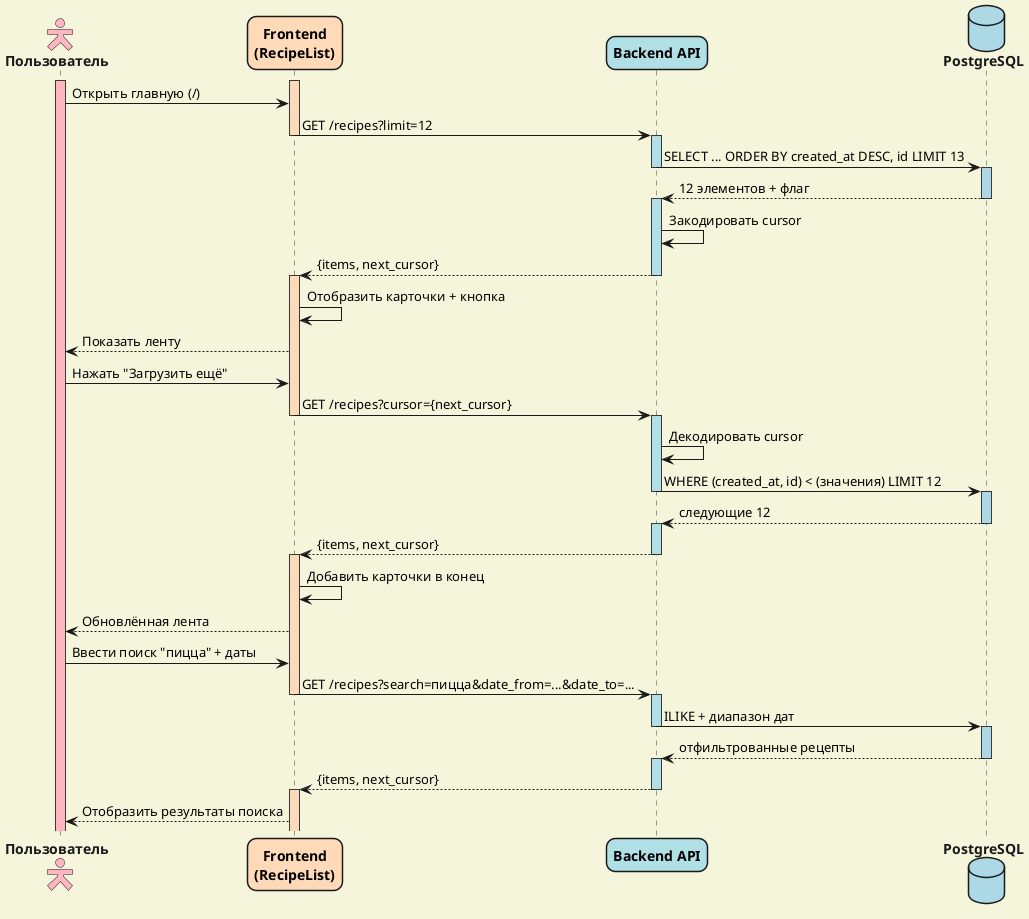
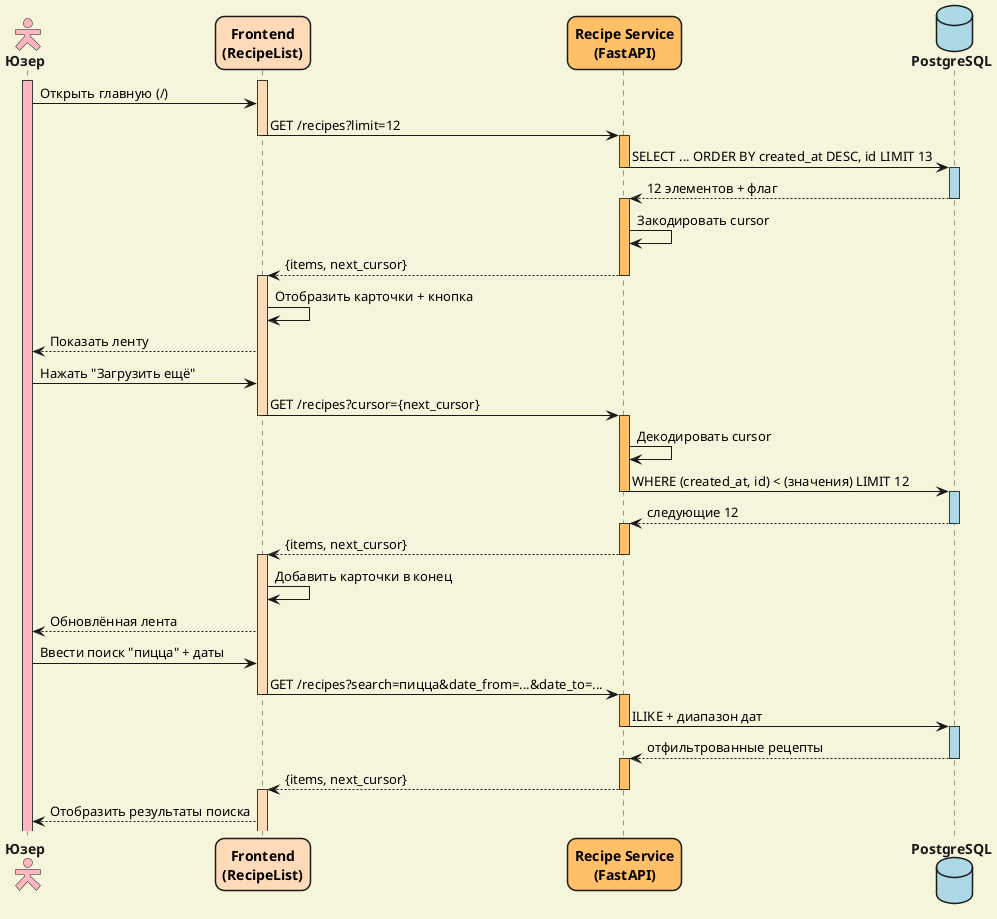
@startuml сиквенс_диаграмма_пагинация_с_курсором_и_поиском
!theme mars

- ' НАСТРОЙКИ
skinparam actor {
  FontStyle bold
}
skinparam participant {
  FontColor black
  FontStyle bold
}
skinparam database {
  FontStyle bold
  BackgroundColor #ADD8E6
}
skinparam backgroundcolor #F5F5DC
skinparam roundcorner 18
skinparam actorStyle hollow

- ' УЧАСТНИКИ
- actor "Пользователь" as User #FFB6C1
+ actor "Юзер" as User #FFB6C1
participant "Frontend\n(RecipeList)" as Frontend #FFDAB9
- participant "Backend API" as Backend #B0E0E6
+ participant "Recipe Service\n(FastAPI)" as RecipeSvc #FFC067
database "PostgreSQL" as DB #ADD8E6

- ' СЦЕНАРИЙ
User ++ #FFB6C1
Frontend ++ #FFDAB9
User -> Frontend : Открыть главную (/)
- Frontend -> Backend --++ #B0E0E6 : GET /recipes?limit=12
- Backend -> DB --++ #ADD8E6 : SELECT ... ORDER BY created_at DESC, id LIMIT 13
- DB --> Backend --++ #B0E0E6 : 12 элементов + флаг
- Backend -> Backend : Закодировать cursor
- Backend --> Frontend --++ #FFDAB9 : {items, next_cursor}
+ Frontend -> RecipeSvc --++ #FFC067 : GET /recipes?limit=12
+ RecipeSvc -> DB --++ #ADD8E6 : SELECT ... ORDER BY created_at DESC, id LIMIT 13
+ DB --> RecipeSvc --++ #FFC067 : 12 элементов + флаг
+ RecipeSvc -> RecipeSvc : Закодировать cursor
+ RecipeSvc --> Frontend --++ #FFDAB9 : {items, next_cursor}
Frontend -> Frontend : Отобразить карточки + кнопка
Frontend --> User : Показать ленту

User -> Frontend : Нажать "Загрузить ещё"
- Frontend -> Backend --++ #B0E0E6 : GET /recipes?cursor={next_cursor}
- Backend -> Backend : Декодировать cursor
- Backend -> DB --++ #ADD8E6 : WHERE (created_at, id) < (значения) LIMIT 12
- DB --> Backend --++ #B0E0E6 : следующие 12
- Backend --> Frontend --++ #FFDAB9 : {items, next_cursor}
+ Frontend -> RecipeSvc --++ #FFC067 : GET /recipes?cursor={next_cursor}
+ RecipeSvc -> RecipeSvc : Декодировать cursor
+ RecipeSvc -> DB --++ #ADD8E6 : WHERE (created_at, id) < (значения) LIMIT 12
+ DB --> RecipeSvc --++ #FFC067 : следующие 12
+ RecipeSvc --> Frontend --++ #FFDAB9 : {items, next_cursor}
Frontend -> Frontend : Добавить карточки в конец
Frontend --> User : Обновлённая лента

User -> Frontend : Ввести поиск "пицца" + даты
- Frontend -> Backend --++ #B0E0E6 : GET /recipes?search=пицца&date_from=...&date_to=...
- Backend -> DB --++ #ADD8E6 : ILIKE + диапазон дат
- DB --> Backend --++ #B0E0E6 : отфильтрованные рецепты
- Backend --> Frontend --++ #FFDAB9 : {items, next_cursor}
+ Frontend -> RecipeSvc --++ #FFC067 : GET /recipes?search=пицца&date_from=...&date_to=...
+ RecipeSvc -> DB --++ #ADD8E6 : ILIKE + диапазон дат
+ DB --> RecipeSvc --++ #FFC067 : отфильтрованные рецепты
+ RecipeSvc --> Frontend --++ #FFDAB9 : {items, next_cursor}
Frontend --> User : Отобразить результаты поиска

@enduml